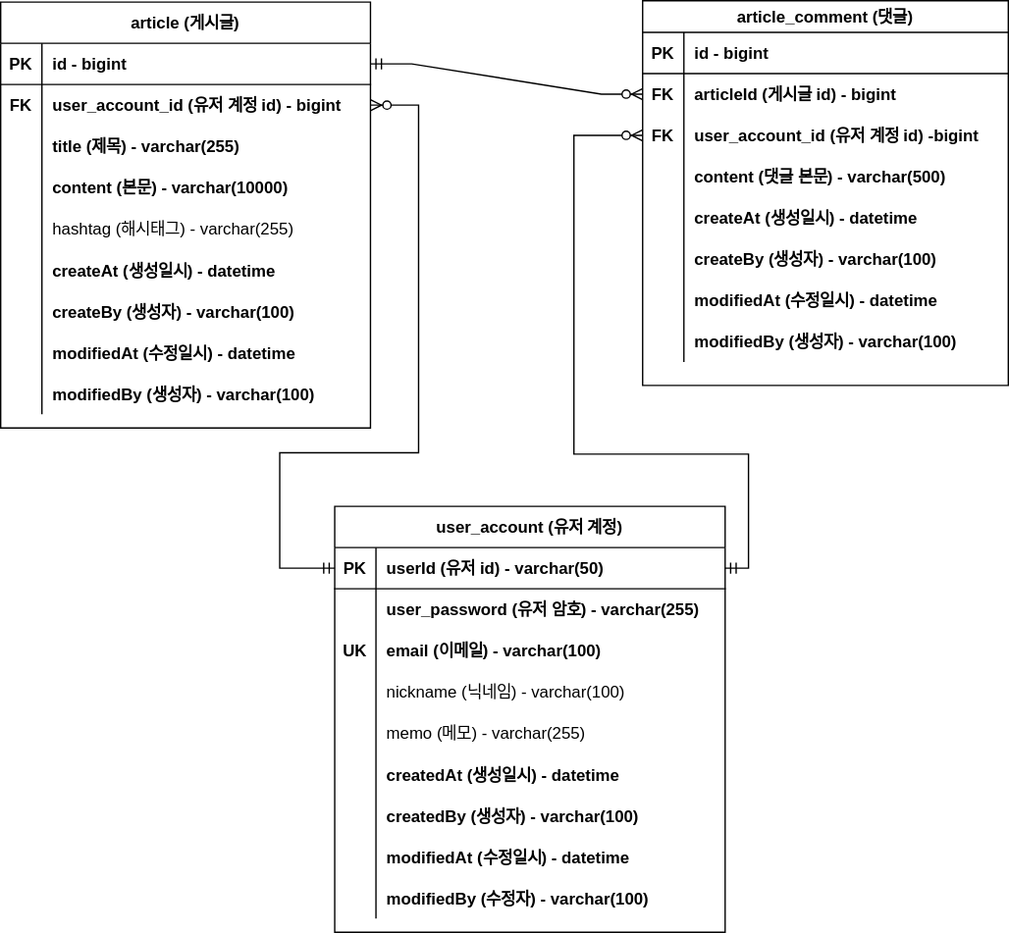
JIHYEON-PF/fc_project-board keeps this draw.io diagram as documents/project-board-erd.svg. Above is the earlier version. Source tidied: cells renumbered, new cells last; positions are measured from the earlier drawing's top-left corner, leaving out a move shared by most shapes.
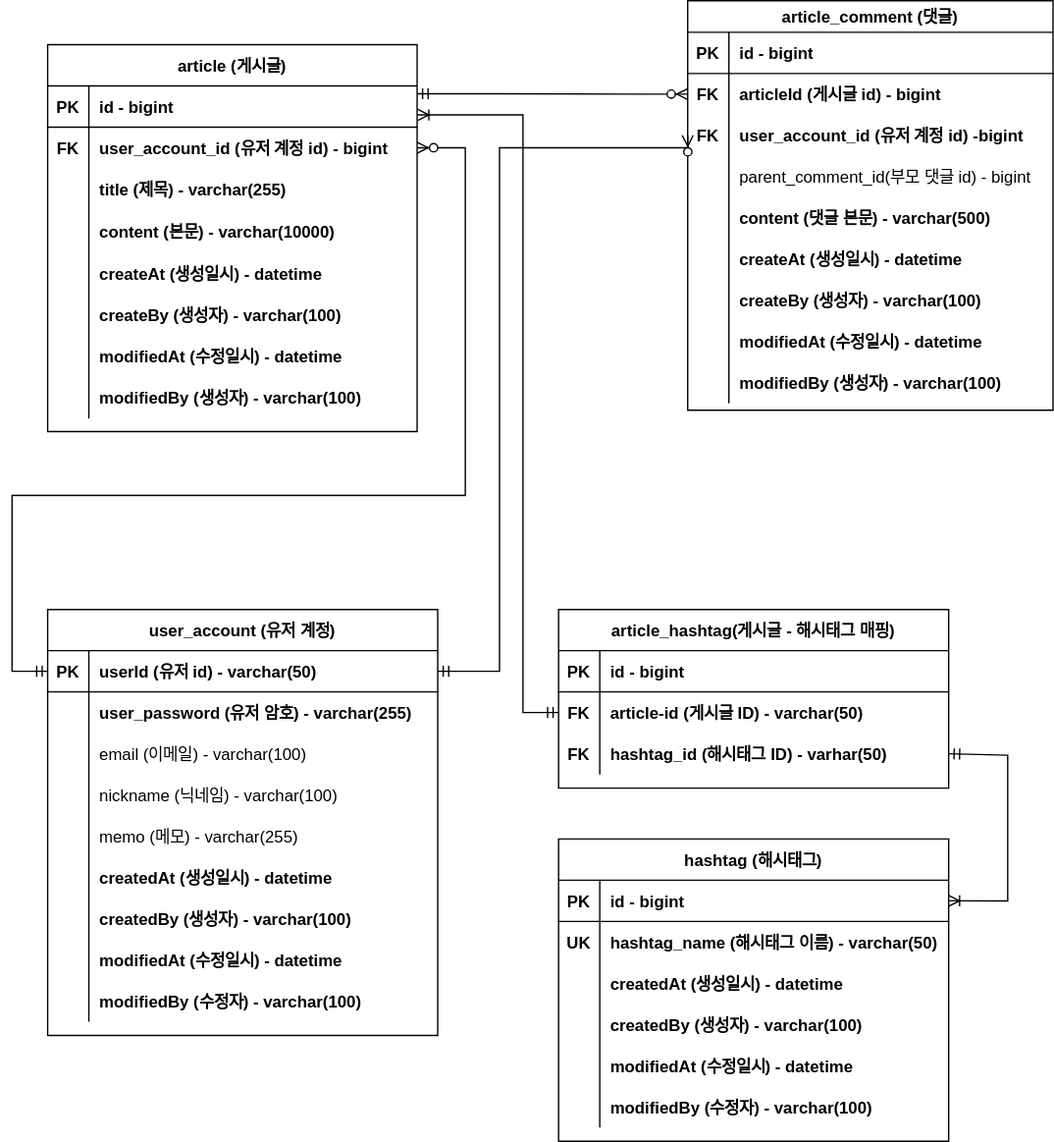
After the change.

What changed in the source:
```diff
@@ -3,7 +3,7 @@
     <mxCell id="0" />
     <mxCell id="1" parent="0" />
     <mxCell id="2" value="article (게시글)" style="shape=table;startSize=30;rowLines=0;fontStyle=1;align=center;" parent="1" vertex="1">
-      <mxGeometry y="1" width="269" height="310" as="geometry" />
+      <mxGeometry y="1" width="269" height="281.6" as="geometry" />
     </mxCell>
     <mxCell id="3" style="shape=partialRectangle;fillColor=none;points=[[0,0.5],[1,0.5]];portConstraint=eastwest;top=0;left=0;right=0;bottom=1;" parent="2" vertex="1">
       <mxGeometry y="30" width="269" height="30" as="geometry" />
@@ -33,25 +33,16 @@
       <mxGeometry x="30" width="239" height="30" as="geometry" />
     </mxCell>
     <mxCell id="12" style="shape=partialRectangle;fillColor=none;top=0;left=0;right=0;bottom=0;" parent="2" vertex="1">
-      <mxGeometry y="120" width="269" height="30" as="geometry" />
+      <mxGeometry y="120" width="269" height="32" as="geometry" />
     </mxCell>
     <mxCell id="13" style="shape=partialRectangle;overflow=hidden;fillColor=none;top=0;left=0;bottom=0;right=0;" parent="12" vertex="1">
-      <mxGeometry width="30" height="30" as="geometry" />
+      <mxGeometry width="30" height="32" as="geometry" />
     </mxCell>
     <mxCell id="14" value="content (본문) - varchar(10000)" style="shape=partialRectangle;overflow=hidden;fillColor=none;top=0;left=0;bottom=0;right=0;align=left;spacingLeft=6;fontStyle=1;" parent="12" vertex="1">
-      <mxGeometry x="30" width="239" height="30" as="geometry" />
+      <mxGeometry x="30" width="239" height="32" as="geometry" />
     </mxCell>
-    <mxCell id="15" style="shape=partialRectangle;fillColor=none;top=0;left=0;right=0;bottom=0;" parent="2" vertex="1">
-      <mxGeometry y="150" width="269" height="30" as="geometry" />
-    </mxCell>
-    <mxCell id="16" style="shape=partialRectangle;overflow=hidden;fillColor=none;top=0;left=0;bottom=0;right=0;" parent="15" vertex="1">
-      <mxGeometry width="30" height="30" as="geometry" />
-    </mxCell>
-    <mxCell id="17" value="hashtag (해시태그) - varchar(255)" style="shape=partialRectangle;overflow=hidden;fillColor=none;top=0;left=0;bottom=0;right=0;align=left;spacingLeft=6;" parent="15" vertex="1">
-      <mxGeometry x="30" width="239" height="30" as="geometry" />
-    </mxCell>
     <mxCell id="18" style="shape=partialRectangle;fillColor=none;top=0;left=0;right=0;bottom=0;" parent="2" vertex="1">
-      <mxGeometry y="180" width="269" height="30" as="geometry" />
+      <mxGeometry y="152" width="269" height="30" as="geometry" />
     </mxCell>
     <mxCell id="19" style="shape=partialRectangle;overflow=hidden;fillColor=none;top=0;left=0;bottom=0;right=0;" parent="18" vertex="1">
       <mxGeometry width="30" height="30" as="geometry" />
@@ -60,7 +51,7 @@
       <mxGeometry x="30" width="239" height="30" as="geometry" />
     </mxCell>
     <mxCell id="21" style="shape=partialRectangle;fillColor=none;top=0;left=0;right=0;bottom=0;" parent="2" vertex="1">
-      <mxGeometry y="210" width="269" height="30" as="geometry" />
+      <mxGeometry y="182" width="269" height="30" as="geometry" />
     </mxCell>
     <mxCell id="22" style="shape=partialRectangle;overflow=hidden;fillColor=none;top=0;left=0;bottom=0;right=0;" parent="21" vertex="1">
       <mxGeometry width="30" height="30" as="geometry" />
@@ -69,7 +60,7 @@
       <mxGeometry x="30" width="239" height="30" as="geometry" />
     </mxCell>
     <mxCell id="24" style="shape=partialRectangle;fillColor=none;top=0;left=0;right=0;bottom=0;" parent="2" vertex="1">
-      <mxGeometry y="240" width="269" height="30" as="geometry" />
+      <mxGeometry y="212" width="269" height="30" as="geometry" />
     </mxCell>
     <mxCell id="25" style="shape=partialRectangle;overflow=hidden;fillColor=none;top=0;left=0;bottom=0;right=0;" parent="24" vertex="1">
       <mxGeometry width="30" height="30" as="geometry" />
@@ -78,7 +69,7 @@
       <mxGeometry x="30" width="239" height="30" as="geometry" />
     </mxCell>
     <mxCell id="27" style="shape=partialRectangle;fillColor=none;top=0;left=0;right=0;bottom=0;" parent="2" vertex="1">
-      <mxGeometry y="270" width="269" height="30" as="geometry" />
+      <mxGeometry y="242" width="269" height="30" as="geometry" />
     </mxCell>
     <mxCell id="28" style="shape=partialRectangle;overflow=hidden;fillColor=none;top=0;left=0;bottom=0;right=0;" parent="27" vertex="1">
       <mxGeometry width="30" height="30" as="geometry" />
@@ -87,7 +78,7 @@
       <mxGeometry x="30" width="239" height="30" as="geometry" />
     </mxCell>
     <mxCell id="30" value="article_comment (댓글)" style="shape=table;startSize=23;rowLines=0;fontStyle=1;align=center;" parent="1" vertex="1">
-      <mxGeometry x="467" width="266" height="280" as="geometry" />
+      <mxGeometry x="466" y="-31" width="266" height="298" as="geometry" />
     </mxCell>
     <mxCell id="31" style="shape=partialRectangle;fillColor=none;top=0;left=0;right=0;bottom=1;" parent="30" vertex="1">
       <mxGeometry y="23" width="266" height="30" as="geometry" />
@@ -116,8 +107,17 @@
     <mxCell id="39" value="user_account_id (유저 계정 id) -bigint" style="shape=partialRectangle;overflow=hidden;fillColor=none;top=0;left=0;bottom=0;right=0;align=left;spacingLeft=6;fontStyle=1;" parent="37" vertex="1">
       <mxGeometry x="30" width="236" height="30" as="geometry" />
     </mxCell>
+    <mxCell id="86" style="shape=partialRectangle;fillColor=none;top=0;left=0;right=0;bottom=0;" parent="30" vertex="1">
+      <mxGeometry y="113" width="266" height="30" as="geometry" />
+    </mxCell>
+    <mxCell id="87" style="shape=partialRectangle;overflow=hidden;fillColor=none;top=0;left=0;bottom=0;right=0;fontStyle=1;" parent="86" vertex="1">
+      <mxGeometry width="30" height="30" as="geometry" />
+    </mxCell>
+    <mxCell id="88" value="parent_comment_id(부모 댓글 id) - bigint" style="shape=partialRectangle;overflow=hidden;fillColor=none;top=0;left=0;bottom=0;right=0;align=left;spacingLeft=6;fontStyle=0;" parent="86" vertex="1">
+      <mxGeometry x="30" width="236" height="30" as="geometry" />
+    </mxCell>
     <mxCell id="40" style="shape=partialRectangle;fillColor=none;top=0;left=0;right=0;bottom=0;" parent="30" vertex="1">
-      <mxGeometry y="113" width="266" height="30" as="geometry" />
+      <mxGeometry y="143" width="266" height="30" as="geometry" />
     </mxCell>
     <mxCell id="41" style="shape=partialRectangle;overflow=hidden;fillColor=none;top=0;left=0;bottom=0;right=0;" parent="40" vertex="1">
       <mxGeometry width="30" height="30" as="geometry" />
@@ -126,7 +126,7 @@
       <mxGeometry x="30" width="236" height="30" as="geometry" />
     </mxCell>
     <mxCell id="43" style="shape=partialRectangle;fillColor=none;top=0;left=0;right=0;bottom=0;" parent="30" vertex="1">
-      <mxGeometry y="143" width="266" height="30" as="geometry" />
+      <mxGeometry y="173" width="266" height="30" as="geometry" />
     </mxCell>
     <mxCell id="44" style="shape=partialRectangle;overflow=hidden;fillColor=none;top=0;left=0;bottom=0;right=0;" parent="43" vertex="1">
       <mxGeometry width="30" height="30" as="geometry" />
@@ -135,7 +135,7 @@
       <mxGeometry x="30" width="236" height="30" as="geometry" />
     </mxCell>
     <mxCell id="46" style="shape=partialRectangle;fillColor=none;top=0;left=0;right=0;bottom=0;" parent="30" vertex="1">
-      <mxGeometry y="173" width="266" height="30" as="geometry" />
+      <mxGeometry y="203" width="266" height="30" as="geometry" />
     </mxCell>
     <mxCell id="47" style="shape=partialRectangle;overflow=hidden;fillColor=none;top=0;left=0;bottom=0;right=0;" parent="46" vertex="1">
       <mxGeometry width="30" height="30" as="geometry" />
@@ -144,7 +144,7 @@
       <mxGeometry x="30" width="236" height="30" as="geometry" />
     </mxCell>
     <mxCell id="49" style="shape=partialRectangle;fillColor=none;top=0;left=0;right=0;bottom=0;" parent="30" vertex="1">
-      <mxGeometry y="203" width="266" height="30" as="geometry" />
+      <mxGeometry y="233" width="266" height="30" as="geometry" />
     </mxCell>
     <mxCell id="50" style="shape=partialRectangle;overflow=hidden;fillColor=none;top=0;left=0;bottom=0;right=0;" parent="49" vertex="1">
       <mxGeometry width="30" height="30" as="geometry" />
@@ -153,7 +153,7 @@
       <mxGeometry x="30" width="236" height="30" as="geometry" />
     </mxCell>
     <mxCell id="52" style="shape=partialRectangle;fillColor=none;top=0;left=0;right=0;bottom=0;" parent="30" vertex="1">
-      <mxGeometry y="233" width="266" height="30" as="geometry" />
+      <mxGeometry y="263" width="266" height="30" as="geometry" />
     </mxCell>
     <mxCell id="53" style="shape=partialRectangle;overflow=hidden;fillColor=none;top=0;left=0;bottom=0;right=0;" parent="52" vertex="1">
       <mxGeometry width="30" height="30" as="geometry" />
@@ -161,11 +161,11 @@
     <mxCell id="54" value="modifiedBy (생성자) - varchar(100)" style="shape=partialRectangle;overflow=hidden;fillColor=none;top=0;left=0;bottom=0;right=0;align=left;spacingLeft=6;fontStyle=1;" parent="52" vertex="1">
       <mxGeometry x="30" width="236" height="30" as="geometry" />
     </mxCell>
-    <mxCell id="55" style="edgeStyle=entityRelationEdgeStyle;fontSize=12;html=1;endArrow=ERzeroToMany;startArrow=ERmandOne;rounded=0;exitX=1;exitY=0.5;exitDx=0;exitDy=0;entryX=0;entryY=0.5;entryDx=0;entryDy=0;" parent="1" edge="1" source="3" target="34">
+    <mxCell id="55" style="edgeStyle=entityRelationEdgeStyle;fontSize=12;html=1;endArrow=ERzeroToMany;startArrow=ERmandOne;rounded=0;exitX=1;exitY=0.191;exitDx=0;exitDy=0;entryX=0;entryY=0.5;entryDx=0;entryDy=0;exitPerimeter=0;" parent="1" edge="1" source="3" target="34">
       <mxGeometry relative="1" as="geometry" />
     </mxCell>
     <mxCell id="56" value="user_account (유저 계정)" style="shape=table;startSize=30;rowLines=0;fontStyle=1;align=center;" parent="1" vertex="1">
-      <mxGeometry x="243" y="368" width="284" height="310" as="geometry" />
+      <mxGeometry y="412" width="284" height="310" as="geometry" />
     </mxCell>
     <mxCell id="57" style="shape=partialRectangle;fillColor=none;points=[[0,0.5],[1,0.5]];portConstraint=eastwest;top=0;left=0;right=0;bottom=1;" parent="56" vertex="1">
       <mxGeometry y="30" width="284" height="30" as="geometry" />
@@ -188,10 +188,10 @@
     <mxCell id="63" style="shape=partialRectangle;fillColor=none;top=0;left=0;right=0;bottom=0;" parent="56" vertex="1">
       <mxGeometry y="90" width="284" height="30" as="geometry" />
     </mxCell>
-    <mxCell id="64" value="UK" style="shape=partialRectangle;overflow=hidden;fillColor=none;top=0;left=0;bottom=0;right=0;fontStyle=1;" parent="63" vertex="1">
+    <mxCell id="64" style="shape=partialRectangle;overflow=hidden;fillColor=none;top=0;left=0;bottom=0;right=0;fontStyle=1;" parent="63" vertex="1">
       <mxGeometry width="30" height="30" as="geometry" />
     </mxCell>
-    <mxCell id="65" value="email (이메일) - varchar(100)" style="shape=partialRectangle;overflow=hidden;fillColor=none;top=0;left=0;bottom=0;right=0;align=left;spacingLeft=6;fontStyle=1;" parent="63" vertex="1">
+    <mxCell id="65" value="email (이메일) - varchar(100)" style="shape=partialRectangle;overflow=hidden;fillColor=none;top=0;left=0;bottom=0;right=0;align=left;spacingLeft=6;fontStyle=0;" parent="63" vertex="1">
       <mxGeometry x="30" width="254" height="30" as="geometry" />
     </mxCell>
     <mxCell id="66" style="shape=partialRectangle;fillColor=none;top=0;left=0;right=0;bottom=0;" parent="56" vertex="1">
@@ -251,8 +251,8 @@
     <mxCell id="84" style="edgeStyle=orthogonalEdgeStyle;fontSize=12;html=1;endArrow=ERzeroToMany;startArrow=ERmandOne;rounded=0;exitX=0;exitY=0.5;exitDx=0;exitDy=0;entryX=1;entryY=0.5;entryDx=0;entryDy=0;" parent="1" edge="1" source="57" target="6">
       <mxGeometry relative="1" as="geometry">
         <Array as="points">
-          <mxPoint x="203" y="413" />
-          <mxPoint x="203" y="329" />
+          <mxPoint x="-26" y="457" />
+          <mxPoint x="-26" y="329" />
           <mxPoint x="304" y="329" />
           <mxPoint x="304" y="76" />
         </Array>
@@ -261,12 +261,113 @@
     <mxCell id="85" style="edgeStyle=orthogonalEdgeStyle;fontSize=12;html=1;endArrow=ERzeroToMany;startArrow=ERmandOne;rounded=0;exitX=1;exitY=0.5;exitDx=0;exitDy=0;entryX=0;entryY=0.5;entryDx=0;entryDy=0;" parent="1" edge="1" source="57" target="37">
       <mxGeometry relative="1" as="geometry">
         <Array as="points">
-          <mxPoint x="544" y="413" />
-          <mxPoint x="544" y="330" />
-          <mxPoint x="417" y="330" />
-          <mxPoint x="417" y="98" />
+          <mxPoint x="329" y="457" />
+          <mxPoint x="329" y="76" />
         </Array>
       </mxGeometry>
     </mxCell>
+    <mxCell id="89" value="article_hashtag(게시글 - 해시태그 매핑)" style="shape=table;startSize=30;rowLines=0;fontStyle=1;align=center;" parent="1" vertex="1">
+      <mxGeometry x="372" y="412" width="284" height="130" as="geometry" />
+    </mxCell>
+    <mxCell id="90" style="shape=partialRectangle;fillColor=none;top=0;left=0;right=0;bottom=1;" parent="89" vertex="1">
+      <mxGeometry y="30" width="284" height="30" as="geometry" />
+    </mxCell>
+    <mxCell id="91" value="PK" style="shape=partialRectangle;overflow=hidden;fillColor=none;top=0;left=0;bottom=0;right=0;fontStyle=1;" parent="90" vertex="1">
+      <mxGeometry width="30" height="30" as="geometry" />
+    </mxCell>
+    <mxCell id="92" value="id - bigint" style="shape=partialRectangle;overflow=hidden;fillColor=none;top=0;left=0;bottom=0;right=0;align=left;spacingLeft=6;fontStyle=1;" parent="90" vertex="1">
+      <mxGeometry x="30" width="254" height="30" as="geometry" />
+    </mxCell>
+    <mxCell id="93" style="shape=partialRectangle;fillColor=none;points=[[0,0.5],[1,0.5]];portConstraint=eastwest;top=0;left=0;right=0;bottom=0;" parent="89" vertex="1">
+      <mxGeometry y="60" width="284" height="30" as="geometry" />
+    </mxCell>
+    <mxCell id="94" value="FK" style="shape=partialRectangle;overflow=hidden;fillColor=none;top=0;left=0;bottom=0;right=0;fontStyle=1;" parent="93" vertex="1">
+      <mxGeometry width="30" height="30" as="geometry" />
+    </mxCell>
+    <mxCell id="95" value="article-id (게시글 ID) - varchar(50)" style="shape=partialRectangle;overflow=hidden;fillColor=none;top=0;left=0;bottom=0;right=0;align=left;spacingLeft=6;fontStyle=1;" parent="93" vertex="1">
+      <mxGeometry x="30" width="254" height="30" as="geometry" />
+    </mxCell>
+    <mxCell id="96" style="shape=partialRectangle;fillColor=none;points=[[0,0.5],[1,0.5]];portConstraint=eastwest;top=0;left=0;right=0;bottom=0;" parent="89" vertex="1">
+      <mxGeometry y="90" width="284" height="30" as="geometry" />
+    </mxCell>
+    <mxCell id="97" value="FK" style="shape=partialRectangle;overflow=hidden;fillColor=none;top=0;left=0;bottom=0;right=0;fontStyle=1;" parent="96" vertex="1">
+      <mxGeometry width="30" height="30" as="geometry" />
+    </mxCell>
+    <mxCell id="98" value="hashtag_id (해시태그 ID) - varhar(50)" style="shape=partialRectangle;overflow=hidden;fillColor=none;top=0;left=0;bottom=0;right=0;align=left;spacingLeft=6;fontStyle=1;" parent="96" vertex="1">
+      <mxGeometry x="30" width="254" height="30" as="geometry" />
+    </mxCell>
+    <mxCell id="99" value="hashtag (해시태그)" style="shape=table;startSize=30;rowLines=0;fontStyle=1;align=center;" parent="1" vertex="1">
+      <mxGeometry x="372" y="579" width="284" height="220" as="geometry" />
+    </mxCell>
+    <mxCell id="100" style="shape=partialRectangle;fillColor=none;points=[[0,0.5],[1,0.5]];portConstraint=eastwest;top=0;left=0;right=0;bottom=1;" parent="99" vertex="1">
+      <mxGeometry y="30" width="284" height="30" as="geometry" />
+    </mxCell>
+    <mxCell id="101" value="PK" style="shape=partialRectangle;overflow=hidden;fillColor=none;top=0;left=0;bottom=0;right=0;fontStyle=1;" parent="100" vertex="1">
+      <mxGeometry width="30" height="30" as="geometry" />
+    </mxCell>
+    <mxCell id="102" value="id - bigint" style="shape=partialRectangle;overflow=hidden;fillColor=none;top=0;left=0;bottom=0;right=0;align=left;spacingLeft=6;fontStyle=1;" parent="100" vertex="1">
+      <mxGeometry x="30" width="254" height="30" as="geometry" />
+    </mxCell>
+    <mxCell id="103" style="shape=partialRectangle;fillColor=none;top=0;left=0;right=0;bottom=0;" parent="99" vertex="1">
+      <mxGeometry y="60" width="284" height="30" as="geometry" />
+    </mxCell>
+    <mxCell id="104" value="UK" style="shape=partialRectangle;overflow=hidden;fillColor=none;top=0;left=0;bottom=0;right=0;fontStyle=1;" parent="103" vertex="1">
+      <mxGeometry width="30" height="30" as="geometry" />
+    </mxCell>
+    <mxCell id="105" value="hashtag_name (해시태그 이름) - varchar(50)" style="shape=partialRectangle;overflow=hidden;fillColor=none;top=0;left=0;bottom=0;right=0;align=left;spacingLeft=6;fontStyle=1;" parent="103" vertex="1">
+      <mxGeometry x="30" width="254" height="30" as="geometry" />
+    </mxCell>
+    <mxCell id="106" style="shape=partialRectangle;fillColor=none;top=0;left=0;right=0;bottom=0;" parent="99" vertex="1">
+      <mxGeometry y="90" width="284" height="30" as="geometry" />
+    </mxCell>
+    <mxCell id="107" style="shape=partialRectangle;overflow=hidden;fillColor=none;top=0;left=0;bottom=0;right=0;" parent="106" vertex="1">
+      <mxGeometry width="30" height="30" as="geometry" />
+    </mxCell>
+    <mxCell id="108" value="createdAt (생성일시) - datetime" style="shape=partialRectangle;overflow=hidden;fillColor=none;top=0;left=0;bottom=0;right=0;align=left;spacingLeft=6;fontStyle=1;" parent="106" vertex="1">
+      <mxGeometry x="30" width="254" height="30" as="geometry" />
+    </mxCell>
+    <mxCell id="109" style="shape=partialRectangle;fillColor=none;top=0;left=0;right=0;bottom=0;" parent="99" vertex="1">
+      <mxGeometry y="120" width="284" height="30" as="geometry" />
+    </mxCell>
+    <mxCell id="110" style="shape=partialRectangle;overflow=hidden;fillColor=none;top=0;left=0;bottom=0;right=0;" parent="109" vertex="1">
+      <mxGeometry width="30" height="30" as="geometry" />
+    </mxCell>
+    <mxCell id="111" value="createdBy (생성자) - varchar(100)" style="shape=partialRectangle;overflow=hidden;fillColor=none;top=0;left=0;bottom=0;right=0;align=left;spacingLeft=6;fontStyle=1;" parent="109" vertex="1">
+      <mxGeometry x="30" width="254" height="30" as="geometry" />
+    </mxCell>
+    <mxCell id="112" style="shape=partialRectangle;fillColor=none;top=0;left=0;right=0;bottom=0;" parent="99" vertex="1">
+      <mxGeometry y="150" width="284" height="30" as="geometry" />
+    </mxCell>
+    <mxCell id="113" style="shape=partialRectangle;overflow=hidden;fillColor=none;top=0;left=0;bottom=0;right=0;" parent="112" vertex="1">
+      <mxGeometry width="30" height="30" as="geometry" />
+    </mxCell>
+    <mxCell id="114" value="modifiedAt (수정일시) - datetime" style="shape=partialRectangle;overflow=hidden;fillColor=none;top=0;left=0;bottom=0;right=0;align=left;spacingLeft=6;fontStyle=1;" parent="112" vertex="1">
+      <mxGeometry x="30" width="254" height="30" as="geometry" />
+    </mxCell>
+    <mxCell id="115" style="shape=partialRectangle;fillColor=none;top=0;left=0;right=0;bottom=0;" parent="99" vertex="1">
+      <mxGeometry y="180" width="284" height="30" as="geometry" />
+    </mxCell>
+    <mxCell id="116" style="shape=partialRectangle;overflow=hidden;fillColor=none;top=0;left=0;bottom=0;right=0;" parent="115" vertex="1">
+      <mxGeometry width="30" height="30" as="geometry" />
+    </mxCell>
+    <mxCell id="117" value="modifiedBy (수정자) - varchar(100)" style="shape=partialRectangle;overflow=hidden;fillColor=none;top=0;left=0;bottom=0;right=0;align=left;spacingLeft=6;fontStyle=1;" parent="115" vertex="1">
+      <mxGeometry x="30" width="254" height="30" as="geometry" />
+    </mxCell>
+    <mxCell id="118" style="edgeStyle=orthogonalEdgeStyle;fontSize=12;html=1;endArrow=ERoneToMany;startArrow=ERmandOne;rounded=0;exitX=0;exitY=0.5;exitDx=0;exitDy=0;entryX=1.002;entryY=0.705;entryDx=0;entryDy=0;entryPerimeter=0;" parent="1" edge="1" source="93" target="3">
+      <mxGeometry relative="1" as="geometry">
+        <Array as="points">
+          <mxPoint x="346" y="487" />
+          <mxPoint x="346" y="52" />
+        </Array>
+      </mxGeometry>
+    </mxCell>
+    <mxCell id="119" style="edgeStyle=orthogonalEdgeStyle;fontSize=12;html=1;endArrow=ERoneToMany;startArrow=ERmandOne;rounded=0;exitX=1;exitY=0.5;exitDx=0;exitDy=0;entryX=1;entryY=0.5;entryDx=0;entryDy=0;" parent="1" edge="1" source="96" target="100">
+      <mxGeometry relative="1" as="geometry">
+        <Array as="points">
+          <mxPoint x="699" y="518" />
+          <mxPoint x="699" y="624" />
+        </Array>
+      </mxGeometry>
+    </mxCell>
   </root>
 </mxGraphModel>
```
